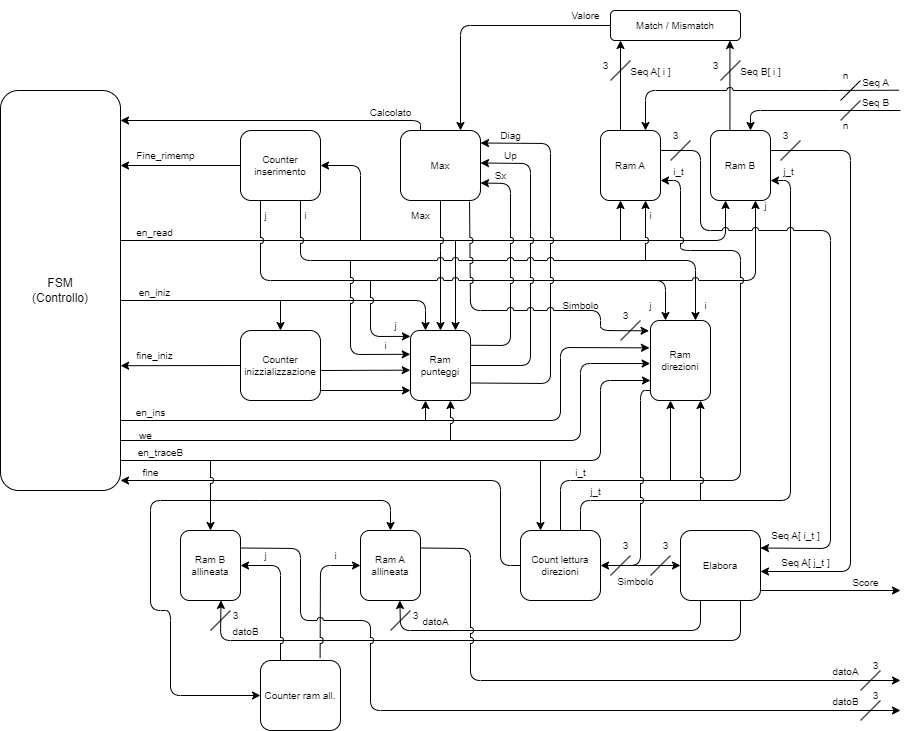
Before: DatapathSchematic.drawio.png, a diagram exported from draw.io (Dani-Picciau/NW_algorithm). Source tidied: cells renumbered, new cells last; positions are measured from the earlier drawing's top-left corner, leaving out a move shared by most shapes.
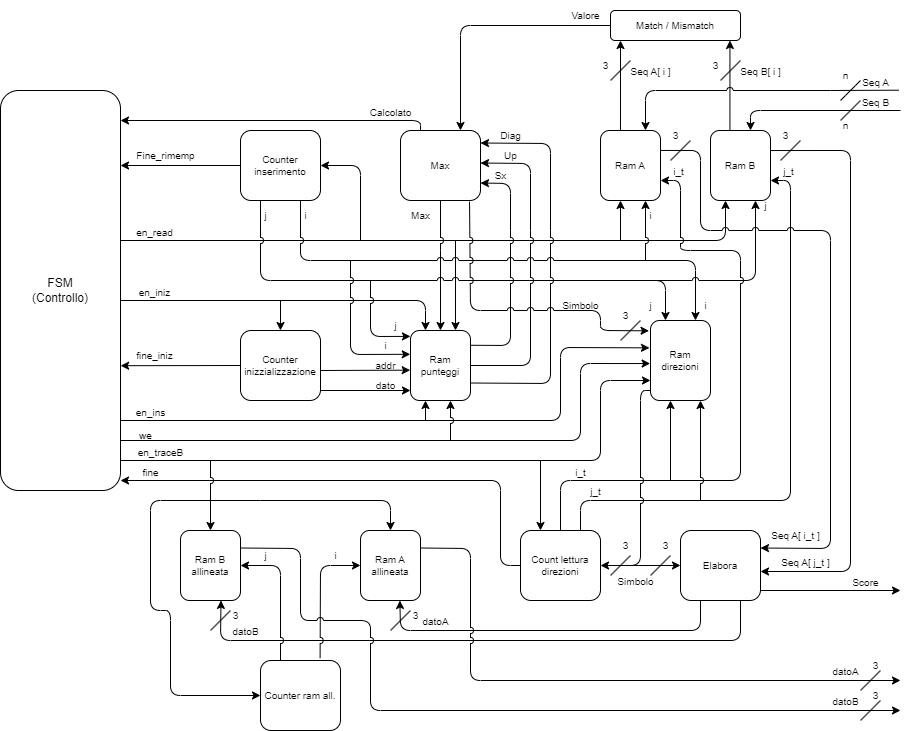
After the change.

The edit, as a diff of the source:
```diff
@@ -344,9 +344,6 @@
         <mxPoint x="409.7" y="369.7" as="targetPoint" />
       </mxGeometry>
     </mxCell>
-    <mxCell id="70" value="addr" style="text;html=1;align=center;verticalAlign=middle;strokeColor=none;fillColor=none;fontSize=10;fontColor=#FFFFFF;rounded=1;" parent="1" vertex="1">
-      <mxGeometry x="365" y="350" width="40" height="30" as="geometry" />
-    </mxCell>
     <mxCell id="71" value="FSM&lt;br&gt;(Controllo)" style="rounded=1;whiteSpace=wrap;html=1;" parent="1" vertex="1">
       <mxGeometry y="90" width="120" height="400" as="geometry" />
     </mxCell>
@@ -711,14 +708,17 @@
     <mxCell id="140" value="&lt;font style=&quot;font-size: 10px;&quot;&gt;i_t&lt;/font&gt;" style="text;html=1;align=center;verticalAlign=bottom;strokeColor=none;fillColor=none;" parent="1" vertex="1">
       <mxGeometry x="663" y="150" width="30" height="30" as="geometry" />
     </mxCell>
-    <mxCell id="141" value="data" style="text;html=1;align=center;verticalAlign=middle;strokeColor=none;fillColor=none;fontSize=10;fontColor=#FFFFFF;rounded=1;" parent="1" vertex="1">
-      <mxGeometry x="365" y="370" width="40" height="30" as="geometry" />
-    </mxCell>
     <mxCell id="142" style="endArrow=none;html=1;fontColor=#FFFFFF;jumpStyle=arc;" parent="1" edge="1">
       <mxGeometry relative="1" as="geometry">
         <mxPoint x="210" y="500" as="sourcePoint" />
         <mxPoint x="210" y="460" as="targetPoint" />
       </mxGeometry>
     </mxCell>
+    <mxCell id="70" value="addr" style="text;html=1;align=center;verticalAlign=middle;strokeColor=none;fillColor=none;fontSize=10;rounded=1;fontColor=default;" parent="1" vertex="1">
+      <mxGeometry x="365" y="350" width="40" height="30" as="geometry" />
+    </mxCell>
+    <mxCell id="143" value="dato" style="text;html=1;align=center;verticalAlign=middle;strokeColor=none;fillColor=none;fontSize=10;rounded=1;fontColor=default;" parent="1" vertex="1">
+      <mxGeometry x="365" y="370" width="40" height="30" as="geometry" />
+    </mxCell>
   </root>
 </mxGraphModel>
```
